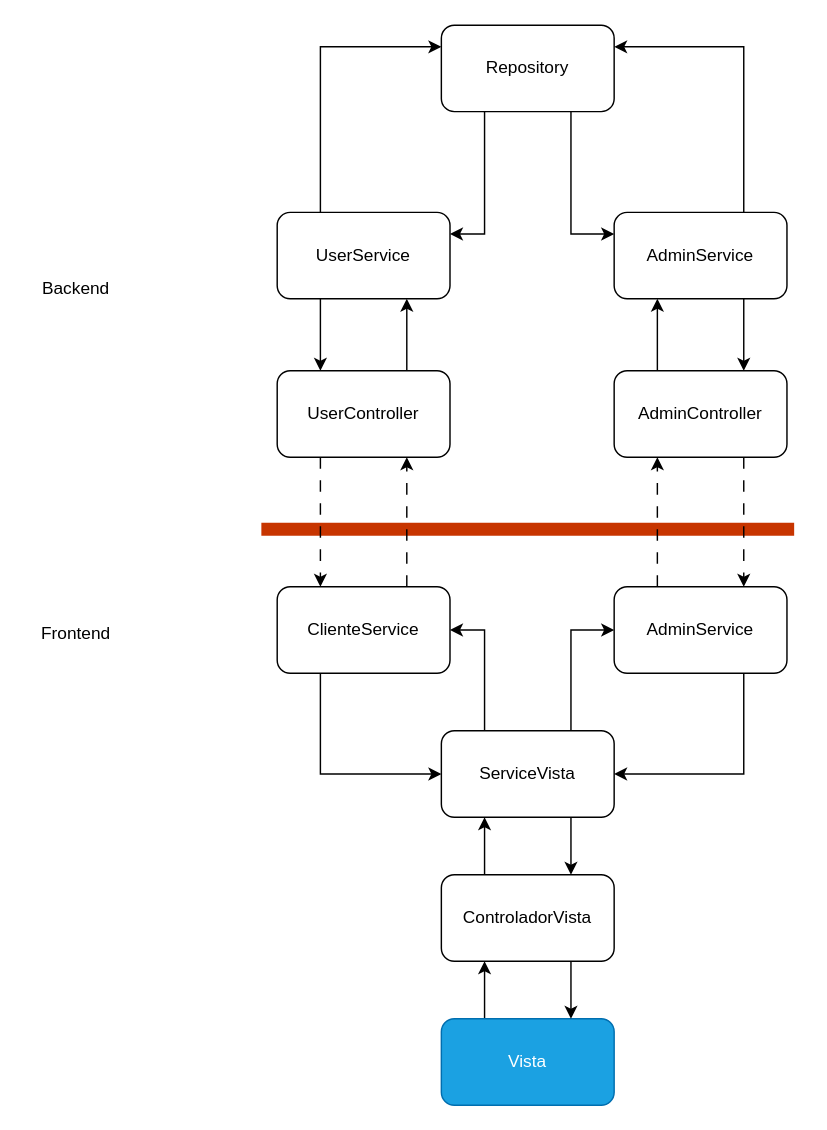
This is flugrama_servicios.drawio from BlockCLusterProject/Frontend, a draw.io file, before an edit. Source tidied: cells renumbered, new cells numbered last; positions are measured from the earlier drawing's top-left corner, leaving out a move shared by most shapes. Both pictures are drawn from the tidied source at 144%, with x=0, y=0 at pixel (24, 24).
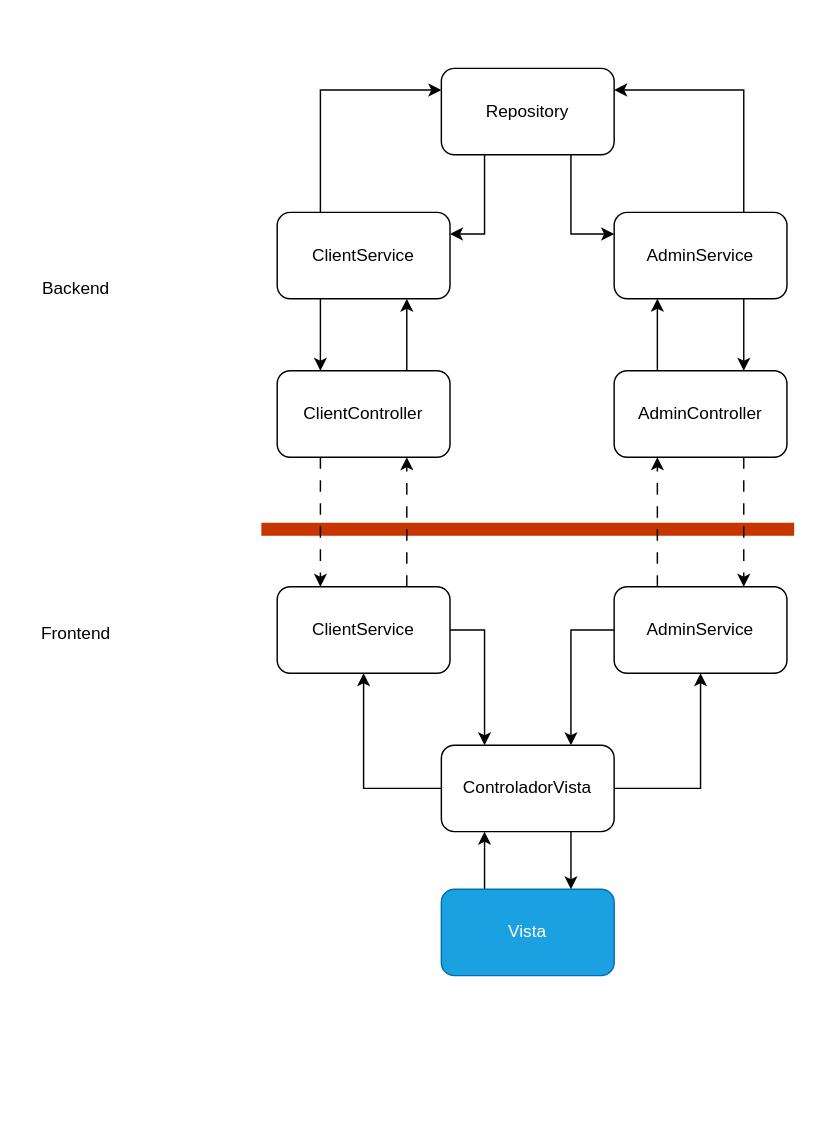
Above is the later version.

The change refers to these unchanged cells:
```xml
<mxCell id="20" value="AdminService" style="rounded=1;whiteSpace=wrap;html=1;" parent="1" vertex="1">
  <mxGeometry x="409" y="390" width="120" height="60" as="geometry" />
</mxCell>
```

What changed in the source:
```diff
@@
     <mxCell id="3" value="Vista" style="rounded=1;whiteSpace=wrap;html=1;fillColor=#1ba1e2;fontColor=#ffffff;strokeColor=#006EAF;" parent="1" vertex="1">
-      <mxGeometry x="289" y="690" width="120" height="60" as="geometry" />
+      <mxGeometry x="289" y="600" width="120" height="60" as="geometry" />
     </mxCell>
@@
-    <mxCell id="6" style="edgeStyle=orthogonalEdgeStyle;rounded=0;jettySize=auto;html=1;exitX=0.25;exitY=0;exitDx=0;exitDy=0;entryX=0.25;entryY=1;entryDx=0;entryDy=0;" parent="1" edge="1" source="7" target="11">
+    <mxCell id="6" style="edgeStyle=orthogonalEdgeStyle;rounded=0;jettySize=auto;html=1;exitX=0;exitY=0.5;exitDx=0;exitDy=0;" parent="1" edge="1" source="7" target="14">
       <mxGeometry relative="1" as="geometry" />
     </mxCell>
+    <mxCell id="35" style="edgeStyle=orthogonalEdgeStyle;rounded=0;jettySize=auto;html=1;entryX=0.5;entryY=1;entryDx=0;entryDy=0;exitX=1;exitY=0.5;exitDx=0;exitDy=0;" parent="1" edge="1" source="7" target="20">
+      <mxGeometry relative="1" as="geometry" />
+    </mxCell>
     <mxCell id="7" value="ControladorVista" style="rounded=1;whiteSpace=wrap;html=1;" parent="1" vertex="1">
-      <mxGeometry x="289" y="590" width="120" height="60" as="geometry" />
+      <mxGeometry x="289" y="500" width="120" height="60" as="geometry" />
     </mxCell>
-    <mxCell id="8" style="edgeStyle=orthogonalEdgeStyle;rounded=0;jettySize=auto;html=1;entryX=0;entryY=0.5;entryDx=0;entryDy=0;exitX=0.75;exitY=0;exitDx=0;exitDy=0;" parent="1" edge="1" source="11" target="20">
-      <mxGeometry relative="1" as="geometry" />
-    </mxCell>
-    <mxCell id="9" style="edgeStyle=orthogonalEdgeStyle;rounded=0;jettySize=auto;html=1;entryX=1;entryY=0.5;entryDx=0;entryDy=0;exitX=0.25;exitY=0;exitDx=0;exitDy=0;" parent="1" edge="1" source="11" target="14">
-      <mxGeometry relative="1" as="geometry" />
-    </mxCell>
-    <mxCell id="10" style="edgeStyle=orthogonalEdgeStyle;rounded=0;jettySize=auto;html=1;exitX=0.75;exitY=1;exitDx=0;exitDy=0;entryX=0.75;entryY=0;entryDx=0;entryDy=0;" parent="1" edge="1" source="11" target="7">
+    <mxCell id="10" style="edgeStyle=orthogonalEdgeStyle;rounded=0;jettySize=auto;html=1;exitX=0;exitY=0.5;exitDx=0;exitDy=0;entryX=0.75;entryY=0;entryDx=0;entryDy=0;" parent="1" edge="1" source="20" target="7">
       <mxGeometry relative="1" as="geometry" />
     </mxCell>
-    <mxCell id="11" value="ServiceVista" style="rounded=1;whiteSpace=wrap;html=1;" parent="1" vertex="1">
-      <mxGeometry x="289" y="490" width="120" height="60" as="geometry" />
-    </mxCell>
@@
-    <mxCell id="13" style="edgeStyle=orthogonalEdgeStyle;rounded=0;jettySize=auto;html=1;exitX=0.25;exitY=1;exitDx=0;exitDy=0;entryX=0;entryY=0.5;entryDx=0;entryDy=0;" parent="1" edge="1" source="14" target="11">
-      <mxGeometry relative="1" as="geometry" />
-    </mxCell>
+    <mxCell id="36" style="edgeStyle=orthogonalEdgeStyle;rounded=0;jettySize=auto;html=1;entryX=0.25;entryY=0;entryDx=0;entryDy=0;exitX=1;exitY=0.5;exitDx=0;exitDy=0;" parent="1" edge="1" source="14" target="7">
+      <mxGeometry relative="1" as="geometry" />
+    </mxCell>
-    <mxCell id="14" value="ClienteService" style="rounded=1;whiteSpace=wrap;html=1;" parent="1" vertex="1">
+    <mxCell id="14" value="ClientService" style="rounded=1;whiteSpace=wrap;html=1;" parent="1" vertex="1">
       <mxGeometry x="175" y="390" width="120" height="60" as="geometry" />
     </mxCell>
@@
-    <mxCell id="17" value="UserController" style="rounded=1;whiteSpace=wrap;html=1;" parent="1" vertex="1">
+    <mxCell id="17" value="Client&lt;span style=&quot;background-color: transparent; color: light-dark(rgb(0, 0, 0), rgb(255, 255, 255));&quot;&gt;Controller&lt;/span&gt;" style="rounded=1;whiteSpace=wrap;html=1;" parent="1" vertex="1">
       <mxGeometry x="175" y="240" width="120" height="60" as="geometry" />
     </mxCell>
@@
-    <mxCell id="19" style="edgeStyle=orthogonalEdgeStyle;rounded=0;jettySize=auto;html=1;exitX=0.75;exitY=1;exitDx=0;exitDy=0;entryX=1;entryY=0.5;entryDx=0;entryDy=0;" parent="1" edge="1" source="20" target="11">
-      <mxGeometry relative="1" as="geometry" />
-    </mxCell>
@@
-    <mxCell id="26" value="UserService" style="rounded=1;whiteSpace=wrap;html=1;" parent="1" vertex="1">
+    <mxCell id="26" value="ClientService" style="rounded=1;whiteSpace=wrap;html=1;" parent="1" vertex="1">
       <mxGeometry x="175" y="130" width="120" height="60" as="geometry" />
     </mxCell>
@@
     <mxCell id="32" value="Repository" style="rounded=1;whiteSpace=wrap;html=1;" parent="1" vertex="1">
-      <mxGeometry x="289" width="120" height="60" as="geometry" />
+      <mxGeometry x="289" y="30" width="120" height="60" as="geometry" />
     </mxCell>
```
